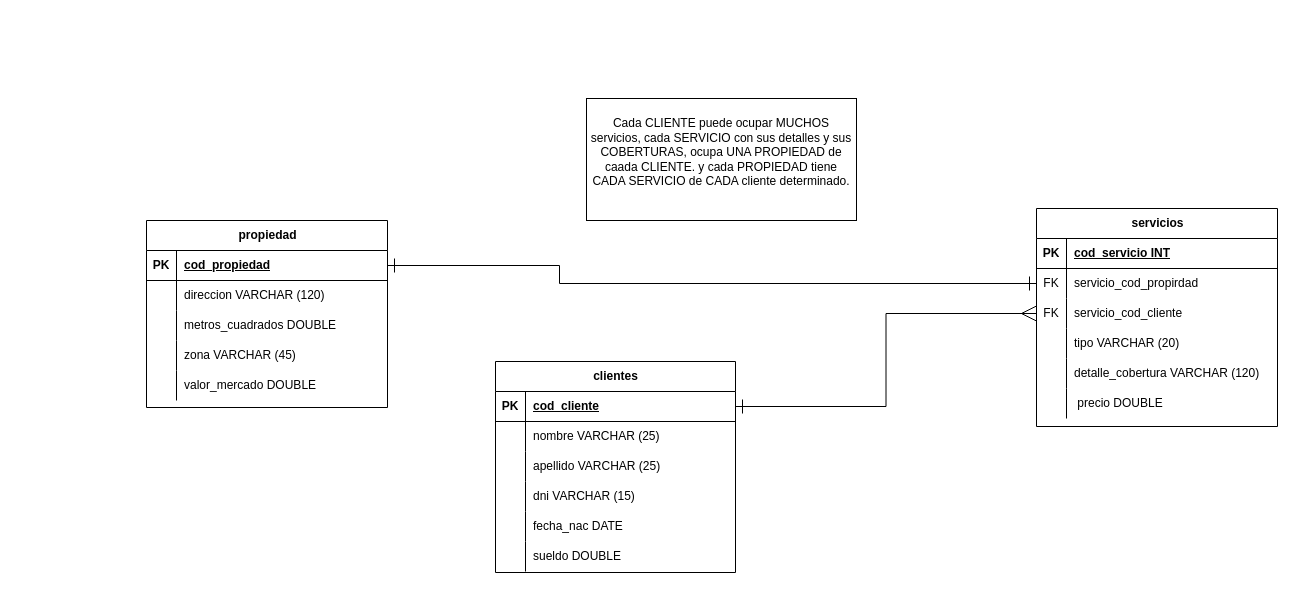
patoleonel/project-DBSQL keeps this draw.io diagram as scriptsSQL/practicaDERSQL.drawio. Above is the earlier version. Source tidied: cells renumbered, new cells numbered last; positions are measured from the earlier drawing's top-left corner, leaving out a move shared by most shapes. Both pictures are drawn from the tidied source at 100%, with x=0, y=0 at pixel (146, 98).
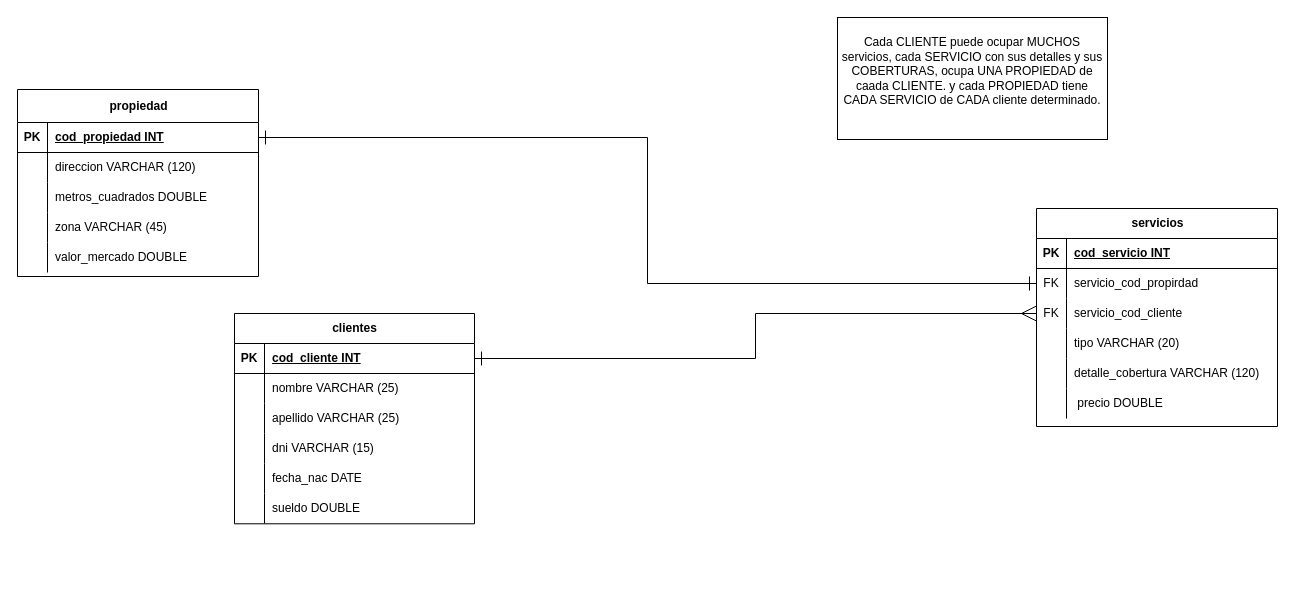
Above is the later version.

The change refers to these unchanged cells:
```xml
<mxCell id="4" style="shape=tableRow;horizontal=0;startSize=0;swimlaneHead=0;swimlaneBody=0;fillColor=none;points=[[0,0.5],[1,0.5]];portConstraint=eastwest;top=0;left=0;right=0;bottom=1;" parent="3" vertex="1">
  <mxGeometry y="30" width="240" height="30" as="geometry" />
</mxCell>
<mxCell id="26" style="shape=tableRow;horizontal=0;startSize=0;swimlaneHead=0;swimlaneBody=0;fillColor=none;points=[[0,0.5],[1,0.5]];portConstraint=eastwest;top=0;left=0;right=0;bottom=0;" parent="22" vertex="1">
  <mxGeometry y="60" width="241" height="30" as="geometry" />
</mxCell>
```

What changed in the source:
```diff
@@
     <mxCell id="2" value="&lt;font color=&quot;#000000&quot;&gt;Cada CLIENTE puede ocupar MUCHOS servicios, cada SERVICIO con sus detalles y sus COBERTURAS, ocupa UNA PROPIEDAD de caada CLIENTE. y cada PROPIEDAD tiene CADA SERVICIO de CADA cliente determinado.&lt;br&gt;&lt;br&gt;&lt;/font&gt;" style="rounded=0;whiteSpace=wrap;html=1;strokeColor=light-dark(#000000,#FFFFFF);fillColor=none;fillStyle=solid;" parent="1" vertex="1">
-      <mxGeometry x="440" width="270" height="122" as="geometry" />
+      <mxGeometry x="691" y="-81" width="270" height="122" as="geometry" />
     </mxCell>
     <mxCell id="3" value="clientes" style="shape=table;startSize=30;childLayout=tableLayout;rowLines=0;fontStyle=1;align=center;html=1;" parent="1" vertex="1">
-      <mxGeometry x="349" y="263" width="240" height="211" as="geometry" />
+      <mxGeometry x="88" y="215" width="240" height="210.3" as="geometry" />
     </mxCell>
@@
-    <mxCell id="6" value="cod_cliente" style="shape=partialRectangle;fillColor=none;top=0;left=0;bottom=0;right=0;align=left;spacingLeft=6;fontStyle=5;overflow=hidden;whiteSpace=wrap;html=1;" parent="4" vertex="1">
+    <mxCell id="6" value="cod_cliente INT" style="shape=partialRectangle;fillColor=none;top=0;left=0;bottom=0;right=0;align=left;spacingLeft=6;fontStyle=5;overflow=hidden;whiteSpace=wrap;html=1;" parent="4" vertex="1">
       <mxGeometry x="30" width="210" height="30" as="geometry" />
     </mxCell>
@@
-    <mxCell id="41" value="propiedad" style="shape=table;startSize=30;childLayout=tableLayout;rowLines=0;fontStyle=1;align=center;html=1;" parent="1" vertex="1">
-      <mxGeometry y="122" width="241" height="187" as="geometry" />
+    <mxCell id="41" value="propiedad" style="shape=table;startSize=33;childLayout=tableLayout;rowLines=0;fontStyle=1;align=center;html=1;" parent="1" vertex="1">
+      <mxGeometry x="-129" y="-9" width="241" height="187" as="geometry" />
     </mxCell>
     <mxCell id="42" style="shape=tableRow;horizontal=0;startSize=0;swimlaneHead=0;swimlaneBody=0;fillColor=none;points=[[0,0.5],[1,0.5]];portConstraint=eastwest;top=0;left=0;right=0;bottom=1;" parent="41" vertex="1">
-      <mxGeometry y="30" width="241" height="30" as="geometry" />
+      <mxGeometry y="33" width="241" height="30" as="geometry" />
     </mxCell>
@@
-    <mxCell id="44" value="cod_propiedad" style="shape=partialRectangle;fillColor=none;top=0;left=0;bottom=0;right=0;align=left;spacingLeft=6;fontStyle=5;overflow=hidden;whiteSpace=wrap;html=1;" parent="42" vertex="1">
+    <mxCell id="44" value="cod_propiedad INT" style="shape=partialRectangle;fillColor=none;top=0;left=0;bottom=0;right=0;align=left;spacingLeft=6;fontStyle=5;overflow=hidden;whiteSpace=wrap;html=1;" parent="42" vertex="1">
       <mxGeometry x="30" width="211" height="30" as="geometry" />
     </mxCell>
     <mxCell id="45" style="shape=tableRow;horizontal=0;startSize=0;swimlaneHead=0;swimlaneBody=0;fillColor=none;top=0;left=0;right=0;bottom=0;" parent="41" vertex="1">
-      <mxGeometry y="60" width="241" height="30" as="geometry" />
+      <mxGeometry y="63" width="241" height="30" as="geometry" />
     </mxCell>
@@
     <mxCell id="48" style="shape=tableRow;horizontal=0;startSize=0;swimlaneHead=0;swimlaneBody=0;fillColor=none;top=0;left=0;right=0;bottom=0;" parent="41" vertex="1">
-      <mxGeometry y="90" width="241" height="30" as="geometry" />
+      <mxGeometry y="93" width="241" height="30" as="geometry" />
     </mxCell>
@@
     <mxCell id="51" style="shape=tableRow;horizontal=0;startSize=0;swimlaneHead=0;swimlaneBody=0;fillColor=none;top=0;left=0;right=0;bottom=0;" parent="41" vertex="1">
-      <mxGeometry y="120" width="241" height="30" as="geometry" />
+      <mxGeometry y="123" width="241" height="30" as="geometry" />
     </mxCell>
@@
     <mxCell id="54" style="shape=tableRow;horizontal=0;startSize=0;swimlaneHead=0;swimlaneBody=0;fillColor=none;top=0;left=0;right=0;bottom=0;" parent="41" vertex="1">
-      <mxGeometry y="150" width="241" height="30" as="geometry" />
+      <mxGeometry y="153" width="241" height="30" as="geometry" />
     </mxCell>
@@
     <mxCell id="58" style="edgeStyle=orthogonalEdgeStyle;rounded=0;jettySize=auto;html=1;exitX=1;exitY=0.5;exitDx=0;exitDy=0;entryX=0;entryY=0.5;entryDx=0;entryDy=0;endArrow=ERone;endFill=0;strokeWidth=1;endSize=12;startArrow=ERone;startFill=0;startSize=12;" parent="1" edge="1" source="42" target="26">
-      <mxGeometry relative="1" as="geometry">
-        <Array as="points">
-          <mxPoint x="413" y="167" />
-          <mxPoint x="413" y="185" />
-        </Array>
-      </mxGeometry>
+      <mxGeometry relative="1" as="geometry" />
     </mxCell>
```
